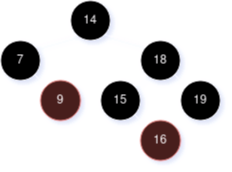
This is Design-&-Analysis-of-Algorithms/images/CSCE500-Final-Fall2022-2.png from theokoles7/notebooks, a draw.io export, as it was before one commit. Source tidied: cells renumbered, new cells last; positions are measured from the earlier drawing's top-left corner, leaving out a move shared by most shapes.
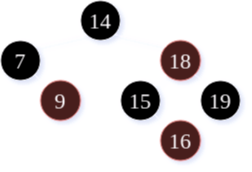
After the change.

Diff of the diagram source:
```diff
@@ -2,43 +2,43 @@
   <root>
     <mxCell id="0" />
     <mxCell id="1" parent="0" />
-    <mxCell id="2" value="14" style="ellipse;whiteSpace=wrap;html=1;" parent="1" vertex="1">
-      <mxGeometry x="70" width="40" height="40" as="geometry" />
+    <mxCell id="2" value="14" style="ellipse;whiteSpace=wrap;html=1;fontFamily=Times New Roman;fontSize=22;" parent="1" vertex="1">
+      <mxGeometry x="60" width="40" height="40" as="geometry" />
     </mxCell>
-    <mxCell id="3" value="7" style="ellipse;whiteSpace=wrap;html=1;" parent="1" vertex="1">
-      <mxGeometry y="40" width="40" height="40" as="geometry" />
+    <mxCell id="3" value="7" style="ellipse;whiteSpace=wrap;html=1;fontFamily=Times New Roman;fontSize=22;" parent="1" vertex="1">
+      <mxGeometry x="-20" y="40" width="40" height="40" as="geometry" />
     </mxCell>
-    <mxCell id="4" value="9" style="ellipse;whiteSpace=wrap;html=1;fillColor=#f8cecc;strokeColor=#b85450;" parent="1" vertex="1">
-      <mxGeometry x="40" y="80" width="40" height="40" as="geometry" />
+    <mxCell id="4" value="9" style="ellipse;whiteSpace=wrap;html=1;fillColor=#f8cecc;strokeColor=#b85450;fontFamily=Times New Roman;fontSize=22;" parent="1" vertex="1">
+      <mxGeometry x="20" y="80" width="40" height="40" as="geometry" />
     </mxCell>
-    <mxCell id="5" value="19" style="ellipse;whiteSpace=wrap;html=1;" parent="1" vertex="1">
-      <mxGeometry x="180" y="80" width="40" height="40" as="geometry" />
-    </mxCell>
-    <mxCell id="6" value="16" style="ellipse;whiteSpace=wrap;html=1;fillColor=#f8cecc;strokeColor=#b85450;" parent="1" vertex="1">
-      <mxGeometry x="140" y="120" width="40" height="40" as="geometry" />
-    </mxCell>
-    <mxCell id="7" style="endArrow=none;html=1;rounded=0;entryX=0;entryY=0;entryDx=0;entryDy=0;exitX=1;exitY=1;exitDx=0;exitDy=0;" parent="1" edge="1" source="3" target="4">
-      <mxGeometry relative="1" as="geometry" />
-    </mxCell>
-    <mxCell id="8" style="endArrow=none;html=1;rounded=0;entryX=1;entryY=0;entryDx=0;entryDy=0;exitX=0;exitY=1;exitDx=0;exitDy=0;" parent="1" edge="1" source="2" target="3">
-      <mxGeometry relative="1" as="geometry" />
-    </mxCell>
-    <mxCell id="9" value="18" style="ellipse;whiteSpace=wrap;html=1;" parent="1" vertex="1">
+    <mxCell id="9" value="18" style="ellipse;whiteSpace=wrap;html=1;fillColor=#f8cecc;strokeColor=#b85450;fontFamily=Times New Roman;fontSize=22;" parent="1" vertex="1">
       <mxGeometry x="140" y="40" width="40" height="40" as="geometry" />
     </mxCell>
-    <mxCell id="10" value="15" style="ellipse;whiteSpace=wrap;html=1;" parent="1" vertex="1">
+    <mxCell id="10" value="15" style="ellipse;whiteSpace=wrap;html=1;fontFamily=Times New Roman;fontSize=22;" parent="1" vertex="1">
       <mxGeometry x="100" y="80" width="40" height="40" as="geometry" />
     </mxCell>
-    <mxCell id="11" style="endArrow=none;html=1;rounded=0;entryX=0;entryY=0;entryDx=0;entryDy=0;exitX=1;exitY=1;exitDx=0;exitDy=0;" parent="1" edge="1" source="2" target="9">
-      <mxGeometry relative="1" as="geometry" />
-    </mxCell>
+    <mxCell id="6" value="16" style="ellipse;whiteSpace=wrap;html=1;fillColor=#f8cecc;strokeColor=#b85450;fontFamily=Times New Roman;fontSize=22;" parent="1" vertex="1">
+      <mxGeometry x="140" y="120" width="40" height="40" as="geometry" />
+    </mxCell>
+    <mxCell id="5" value="19" style="ellipse;whiteSpace=wrap;html=1;fontFamily=Times New Roman;fontSize=22;" parent="1" vertex="1">
+      <mxGeometry x="180" y="80" width="40" height="40" as="geometry" />
+    </mxCell>
+    <mxCell id="15" style="endArrow=none;html=1;rounded=0;entryX=0;entryY=1;entryDx=0;entryDy=0;exitX=1;exitY=0;exitDx=0;exitDy=0;fontFamily=Times New Roman;fontSize=22;" parent="1" edge="1" source="3" target="2">
+      <mxGeometry relative="1" as="geometry" />
+    </mxCell>
+    <mxCell id="16" style="endArrow=none;html=1;rounded=0;entryX=1;entryY=1;entryDx=0;entryDy=0;exitX=0;exitY=0;exitDx=0;exitDy=0;fontFamily=Times New Roman;fontSize=22;" parent="1" edge="1" source="9" target="2">
+      <mxGeometry relative="1" as="geometry" />
+    </mxCell>
+    <mxCell id="7" style="endArrow=none;html=1;rounded=0;entryX=0;entryY=0;entryDx=0;entryDy=0;exitX=1;exitY=1;exitDx=0;exitDy=0;fontFamily=Times New Roman;fontSize=22;" parent="1" edge="1" source="3" target="4">
+      <mxGeometry relative="1" as="geometry" />
+    </mxCell>
-    <mxCell id="12" style="endArrow=none;html=1;rounded=0;entryX=1;entryY=0;entryDx=0;entryDy=0;exitX=0;exitY=1;exitDx=0;exitDy=0;" parent="1" edge="1" source="9" target="10">
+    <mxCell id="12" style="endArrow=none;html=1;rounded=0;entryX=1;entryY=0;entryDx=0;entryDy=0;exitX=0;exitY=1;exitDx=0;exitDy=0;fontFamily=Times New Roman;fontSize=22;" parent="1" edge="1" source="9" target="10">
       <mxGeometry relative="1" as="geometry" />
     </mxCell>
-    <mxCell id="13" style="endArrow=none;html=1;rounded=0;entryX=0;entryY=0;entryDx=0;entryDy=0;exitX=1;exitY=1;exitDx=0;exitDy=0;" parent="1" edge="1" source="9" target="5">
+    <mxCell id="13" style="endArrow=none;html=1;rounded=0;entryX=0.139;entryY=0.074;entryDx=0;entryDy=0;exitX=1;exitY=1;exitDx=0;exitDy=0;entryPerimeter=0;fontFamily=Times New Roman;fontSize=22;" parent="1" edge="1" source="9" target="5">
       <mxGeometry relative="1" as="geometry" />
     </mxCell>
-    <mxCell id="14" style="endArrow=none;html=1;rounded=0;entryX=0;entryY=0;entryDx=0;entryDy=0;exitX=1;exitY=1;exitDx=0;exitDy=0;" parent="1" edge="1" source="10" target="6">
+    <mxCell id="14" style="endArrow=none;html=1;rounded=0;entryX=0;entryY=0;entryDx=0;entryDy=0;exitX=1;exitY=1;exitDx=0;exitDy=0;fontFamily=Times New Roman;fontSize=22;" parent="1" edge="1" source="10" target="6">
       <mxGeometry relative="1" as="geometry" />
     </mxCell>
   </root>
```
